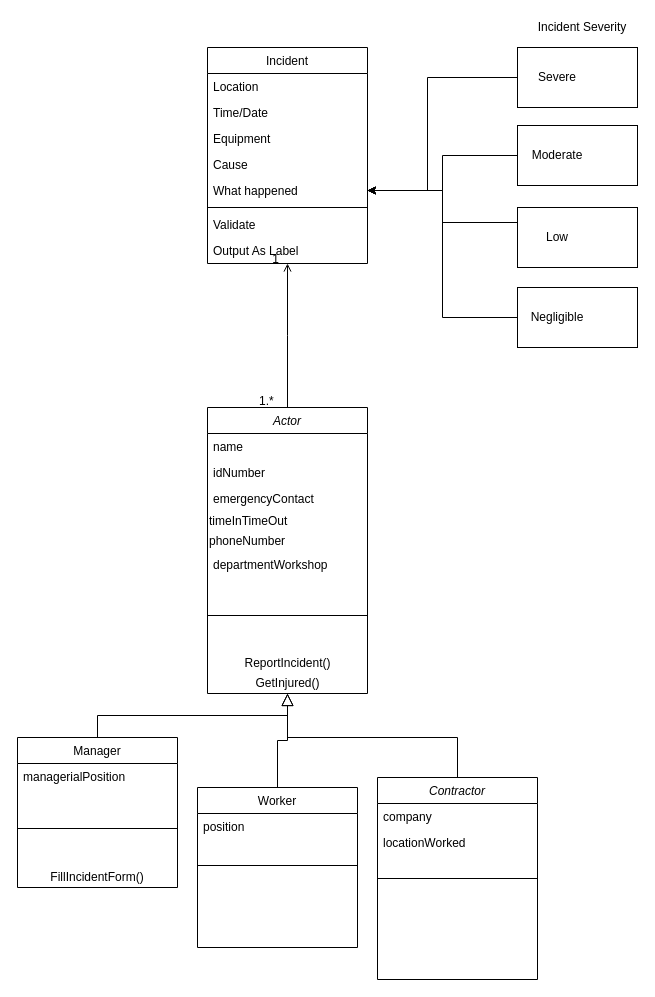
The draw.io diagram Class Diagram Health and Safety.drawio in westcl4/SystemsAnalysisH-S, before the edit. Source tidied: cells renumbered, new cells numbered last; positions are measured from the earlier drawing's top-left corner, leaving out a move shared by most shapes. Both pictures are drawn from the tidied source at 100%, with x=0, y=0 at pixel (17, 17).
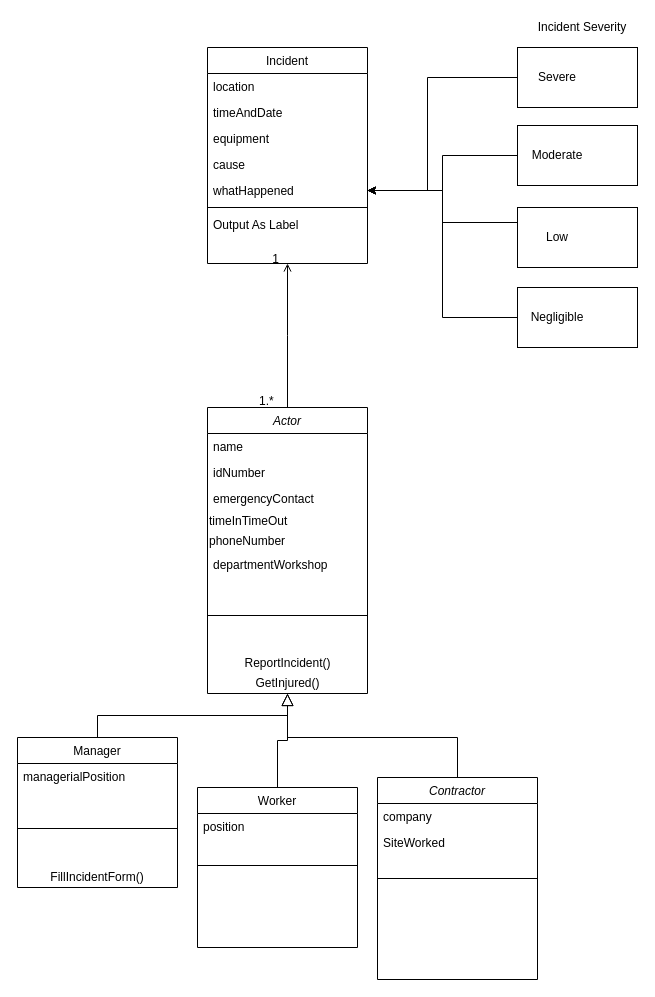
The same page after the edit.

The change refers to these unchanged cells:
```xml
<mxCell id="18" value="Incident" style="swimlane;fontStyle=0;align=center;verticalAlign=top;horizontal=1;startSize=26;rounded=0;shadow=0;strokeWidth=1;" parent="1" vertex="1">
  <mxGeometry x="190" y="30" width="160" height="216" as="geometry" />
</mxCell>
<mxCell id="34" value="Contractor" style="swimlane;fontStyle=2;align=center;verticalAlign=top;horizontal=1;startSize=26;rounded=0;shadow=0;strokeWidth=1;" parent="1" vertex="1">
  <mxGeometry x="360" y="760" width="160" height="202" as="geometry" />
</mxCell>
```

The edit, as a diff of the source:
```diff
@@
-    <mxCell id="19" value="Location" style="text;align=left;verticalAlign=top;spacingLeft=4;spacingRight=4;overflow=hidden;" parent="18" vertex="1">
+    <mxCell id="19" value="location" style="text;align=left;verticalAlign=top;spacingLeft=4;spacingRight=4;overflow=hidden;" parent="18" vertex="1">
       <mxGeometry y="26" width="160" height="26" as="geometry" />
     </mxCell>
-    <mxCell id="20" value="Time/Date" style="text;align=left;verticalAlign=top;spacingLeft=4;spacingRight=4;overflow=hidden;rounded=0;shadow=0;html=0;" parent="18" vertex="1">
+    <mxCell id="20" value="timeAndDate" style="text;align=left;verticalAlign=top;spacingLeft=4;spacingRight=4;overflow=hidden;rounded=0;shadow=0;html=0;" parent="18" vertex="1">
       <mxGeometry y="52" width="160" height="26" as="geometry" />
     </mxCell>
-    <mxCell id="21" value="Equipment" style="text;align=left;verticalAlign=top;spacingLeft=4;spacingRight=4;overflow=hidden;rounded=0;shadow=0;html=0;" parent="18" vertex="1">
+    <mxCell id="21" value="equipment" style="text;align=left;verticalAlign=top;spacingLeft=4;spacingRight=4;overflow=hidden;rounded=0;shadow=0;html=0;" parent="18" vertex="1">
       <mxGeometry y="78" width="160" height="26" as="geometry" />
     </mxCell>
-    <mxCell id="22" value="Cause" style="text;align=left;verticalAlign=top;spacingLeft=4;spacingRight=4;overflow=hidden;rounded=0;shadow=0;html=0;" parent="18" vertex="1">
+    <mxCell id="22" value="cause" style="text;align=left;verticalAlign=top;spacingLeft=4;spacingRight=4;overflow=hidden;rounded=0;shadow=0;html=0;" parent="18" vertex="1">
       <mxGeometry y="104" width="160" height="26" as="geometry" />
     </mxCell>
-    <mxCell id="23" value="What happened" style="text;align=left;verticalAlign=top;spacingLeft=4;spacingRight=4;overflow=hidden;points=[[0,0.5],[1,0.5]];portConstraint=eastwest;rounded=0;shadow=0;html=0;" parent="18" vertex="1">
+    <mxCell id="23" value="whatHappened" style="text;align=left;verticalAlign=top;spacingLeft=4;spacingRight=4;overflow=hidden;points=[[0,0.5],[1,0.5]];portConstraint=eastwest;rounded=0;shadow=0;html=0;" parent="18" vertex="1">
       <mxGeometry y="130" width="160" height="26" as="geometry" />
     </mxCell>
@@
-    <mxCell id="25" value="Validate" style="text;align=left;verticalAlign=top;spacingLeft=4;spacingRight=4;overflow=hidden;" parent="18" vertex="1">
-      <mxGeometry y="164" width="160" height="26" as="geometry" />
-    </mxCell>
     <mxCell id="26" value="Output As Label" style="text;align=left;verticalAlign=top;spacingLeft=4;spacingRight=4;overflow=hidden;" parent="18" vertex="1">
-      <mxGeometry y="190" width="160" height="26" as="geometry" />
+      <mxGeometry y="164" width="160" height="26" as="geometry" />
     </mxCell>
@@
-    <mxCell id="36" value="locationWorked" style="text;align=left;verticalAlign=top;spacingLeft=4;spacingRight=4;overflow=hidden;rounded=0;shadow=0;html=0;" parent="34" vertex="1">
+    <mxCell id="36" value="SiteWorked" style="text;align=left;verticalAlign=top;spacingLeft=4;spacingRight=4;overflow=hidden;rounded=0;shadow=0;html=0;" parent="34" vertex="1">
       <mxGeometry y="52" width="160" height="26" as="geometry" />
     </mxCell>
```
